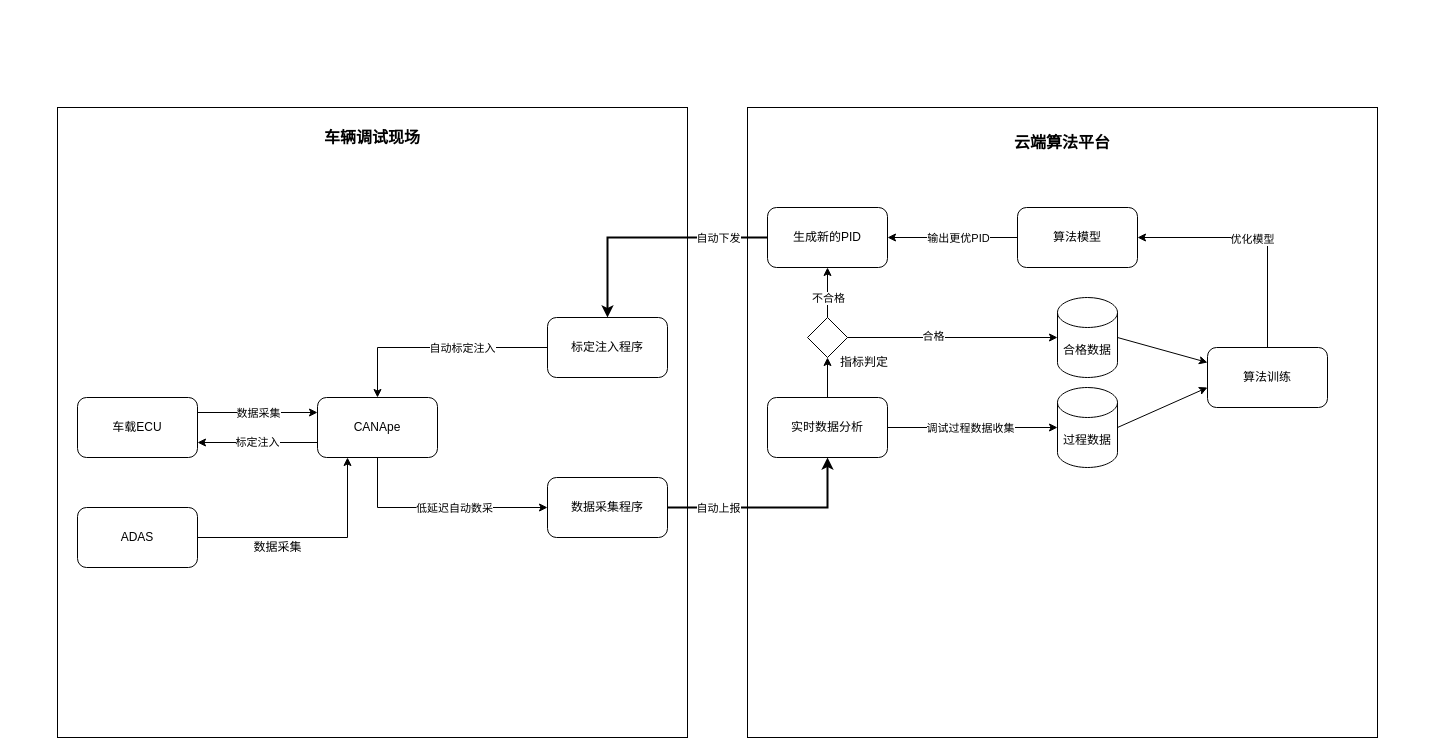
The draw.io diagram 未命名绘图.drawio in wenjiasen/dididi, before the edit. Source tidied: cells renumbered, new cells numbered last; positions are measured from the earlier drawing's top-left corner, leaving out a move shared by most shapes. Both pictures are drawn from the tidied source at 100%, with x=0, y=0 at pixel (57, 107).
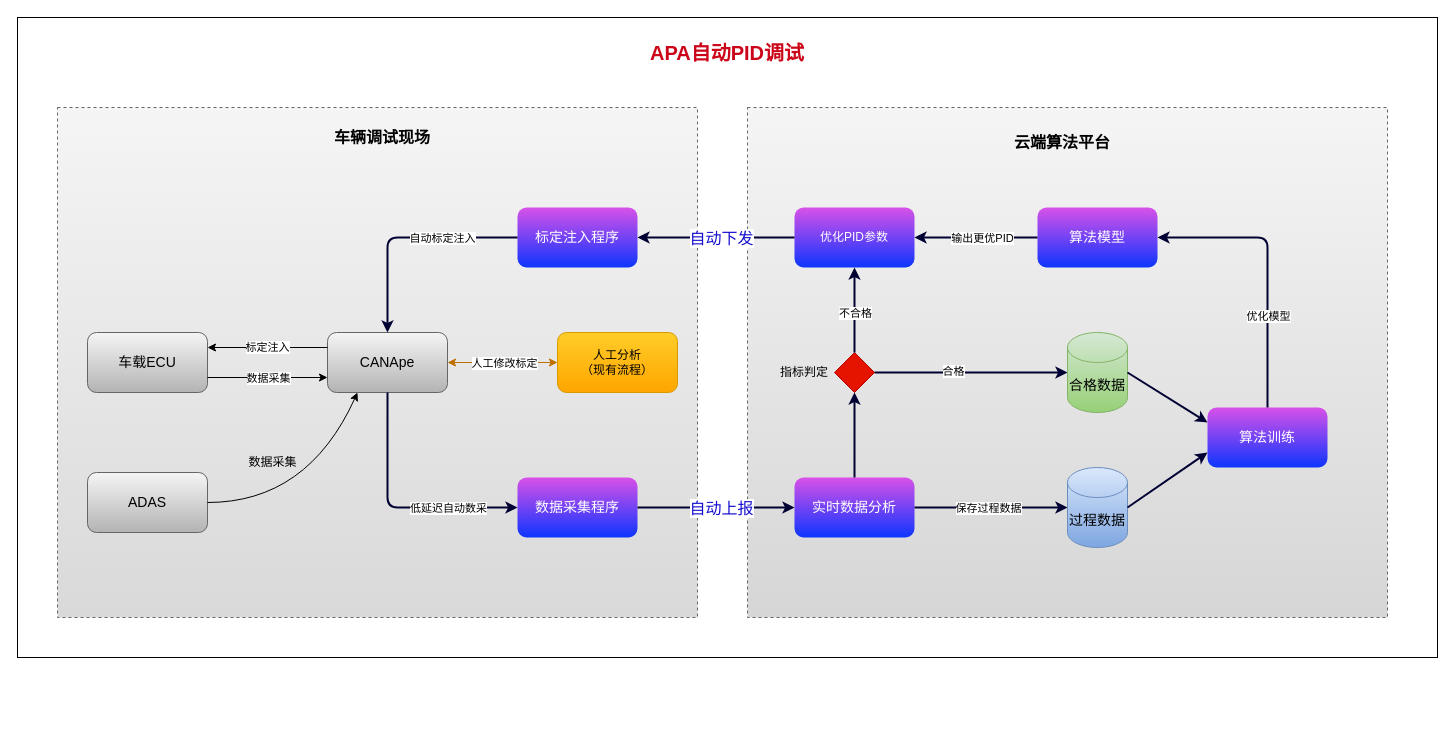
The same diagram, later.

Commit message:
更新未命名绘图.drawio

Change to the diagram source:
```diff
@@
-    <mxCell id="2" style="whiteSpace=wrap;html=1;" parent="1" vertex="1">
-      <mxGeometry x="690" width="630" height="630" as="geometry" />
-    </mxCell>
-    <mxCell id="3" style="whiteSpace=wrap;html=1;" parent="1" vertex="1">
-      <mxGeometry width="630" height="630" as="geometry" />
-    </mxCell>
+    <mxCell id="45" style="rounded=0;whiteSpace=wrap;html=1;labelBorderColor=none;fontSize=16;strokeWidth=1;gradientDirection=south;fillStyle=auto;" parent="1" vertex="1">
+      <mxGeometry x="-40" y="-90" width="1420" height="640" as="geometry" />
+    </mxCell>
+    <mxCell id="46" style="rounded=0;whiteSpace=wrap;html=1;fontSize=16;dashed=1;fillColor=#f5f5f5;gradientColor=#D6D6D6;strokeColor=#666666;" parent="1" vertex="1">
+      <mxGeometry x="690" width="640" height="510" as="geometry" />
+    </mxCell>
+    <mxCell id="47" style="rounded=0;whiteSpace=wrap;html=1;fontSize=16;dashed=1;fillColor=#f5f5f5;gradientColor=#D9D9D9;strokeColor=#666666;" parent="1" vertex="1">
+      <mxGeometry width="640" height="510" as="geometry" />
+    </mxCell>
-    <mxCell id="4" value="车载ECU" style="rounded=1;whiteSpace=wrap;html=1;" parent="1" vertex="1">
-      <mxGeometry x="20" y="290" width="120" height="60" as="geometry" />
+    <mxCell id="4" value="车载ECU" style="rounded=1;whiteSpace=wrap;html=1;fillColor=#f5f5f5;gradientColor=#b3b3b3;strokeColor=#666666;fontSize=14;" parent="1" vertex="1">
+      <mxGeometry x="30" y="225" width="120" height="60" as="geometry" />
     </mxCell>
-    <mxCell id="5" value="CANApe" style="rounded=1;whiteSpace=wrap;html=1;" parent="1" vertex="1">
-      <mxGeometry x="260" y="290" width="120" height="60" as="geometry" />
+    <mxCell id="5" value="CANApe" style="rounded=1;whiteSpace=wrap;html=1;fillColor=#f5f5f5;gradientColor=#b3b3b3;strokeColor=#666666;fontSize=14;" parent="1" vertex="1">
+      <mxGeometry x="270" y="225" width="120" height="60" as="geometry" />
     </mxCell>
-    <mxCell id="6" value="数据采集程序" style="rounded=1;whiteSpace=wrap;html=1;" parent="1" vertex="1">
-      <mxGeometry x="490" y="370" width="120" height="60" as="geometry" />
+    <mxCell id="6" value="数据采集程序" style="rounded=1;whiteSpace=wrap;html=1;fillColor=#D951E8;gradientColor=#0D35FF;strokeColor=none;fontColor=#FFFFFF;strokeWidth=2;fontSize=14;" parent="1" vertex="1">
+      <mxGeometry x="460" y="370" width="120" height="60" as="geometry" />
     </mxCell>
-    <mxCell id="7" value="实时数据分析" style="rounded=1;whiteSpace=wrap;html=1;" parent="1" vertex="1">
-      <mxGeometry x="710" y="290" width="120" height="60" as="geometry" />
+    <mxCell id="7" value="实时数据分析" style="rounded=1;whiteSpace=wrap;html=1;fillColor=#D951E8;gradientColor=#0D35FF;strokeColor=none;fontColor=#FFFFFF;strokeWidth=2;fontSize=14;" parent="1" vertex="1">
+      <mxGeometry x="737" y="370" width="120" height="60" as="geometry" />
     </mxCell>
-    <mxCell id="8" value="标定注入程序" style="rounded=1;whiteSpace=wrap;html=1;" parent="1" vertex="1">
-      <mxGeometry x="490" y="210" width="120" height="60" as="geometry" />
+    <mxCell id="8" value="标定注入程序" style="rounded=1;whiteSpace=wrap;html=1;fillColor=#D951E8;gradientColor=#0D35FF;strokeColor=none;fontColor=#FFFFFF;strokeWidth=2;fontSize=14;" parent="1" vertex="1">
+      <mxGeometry x="460" y="100" width="120" height="60" as="geometry" />
     </mxCell>
-    <mxCell id="9" style="endArrow=classic;html=1;rounded=0;exitX=1;exitY=0.25;exitDx=0;exitDy=0;entryX=0;entryY=0.25;entryDx=0;entryDy=0;" parent="1" edge="1" source="4" target="5">
+    <mxCell id="9" style="endArrow=classic;html=1;rounded=0;exitX=1;exitY=0.75;exitDx=0;exitDy=0;entryX=0;entryY=0.75;entryDx=0;entryDy=0;" parent="1" edge="1" source="4" target="5">
       <mxGeometry relative="1" as="geometry" />
     </mxCell>
@@
-    <mxCell id="11" value="标定注入" style="endArrow=classic;html=1;rounded=0;entryX=1;entryY=0.75;entryDx=0;entryDy=0;exitX=0;exitY=0.75;exitDx=0;exitDy=0;" parent="1" edge="1" source="5" target="4">
+    <mxCell id="11" value="标定注入" style="endArrow=classic;html=1;rounded=0;entryX=1;entryY=0.25;entryDx=0;entryDy=0;exitX=0;exitY=0.25;exitDx=0;exitDy=0;" parent="1" edge="1" source="5" target="4">
       <mxGeometry relative="1" as="geometry" />
     </mxCell>
-    <mxCell id="12" style="endArrow=classic;html=1;rounded=0;exitX=0;exitY=0.5;exitDx=0;exitDy=0;" parent="1" edge="1" source="8">
+    <mxCell id="12" style="endArrow=classic;html=1;rounded=1;exitX=0;exitY=0.5;exitDx=0;exitDy=0;fillColor=#d5e8d4;gradientColor=#97d077;strokeColor=#000033;strokeWidth=2;" parent="1" edge="1" source="8" target="5">
       <mxGeometry relative="1" as="geometry">
-        <mxPoint x="320" y="290" as="targetPoint" />
         <Array as="points">
-          <mxPoint x="320" y="240" />
+          <mxPoint x="330" y="130" />
         </Array>
       </mxGeometry>
     </mxCell>
     <mxCell id="13" value="自动标定注入" style="edgeLabel;html=1;align=center;verticalAlign=middle;" parent="12" vertex="1">
       <mxGeometry x="-0.16" y="3" relative="1" as="geometry">
-        <mxPoint x="6" y="-3" as="offset" />
+        <mxPoint x="19" y="-3" as="offset" />
       </mxGeometry>
     </mxCell>
-    <mxCell id="14" style="endArrow=classic;html=1;rounded=0;entryX=0;entryY=0.5;entryDx=0;entryDy=0;exitX=0.5;exitY=1;exitDx=0;exitDy=0;" parent="1" edge="1" source="5" target="6">
+    <mxCell id="14" style="endArrow=classic;html=1;rounded=1;entryX=0;entryY=0.5;entryDx=0;entryDy=0;exitX=0.5;exitY=1;exitDx=0;exitDy=0;fillColor=#d5e8d4;gradientColor=#97d077;strokeColor=#000033;strokeWidth=2;" parent="1" edge="1" source="5" target="6">
       <mxGeometry relative="1" as="geometry">
         <Array as="points">
-          <mxPoint x="320" y="400" />
+          <mxPoint x="330" y="400" />
         </Array>
       </mxGeometry>
     </mxCell>
     <mxCell id="15" value="低延迟自动数采" style="edgeLabel;html=1;align=center;verticalAlign=middle;" parent="14" vertex="1">
       <mxGeometry x="-0.24" relative="1" as="geometry">
-        <mxPoint x="42" as="offset" />
+        <mxPoint x="60" y="22" as="offset" />
       </mxGeometry>
     </mxCell>
-    <mxCell id="16" style="endArrow=classic;html=1;rounded=0;entryX=0.5;entryY=1;entryDx=0;entryDy=0;strokeWidth=2;" parent="1" edge="1" source="6" target="7">
-      <mxGeometry relative="1" as="geometry">
-        <Array as="points">
-          <mxPoint x="770" y="400" />
-        </Array>
-      </mxGeometry>
+    <mxCell id="16" style="endArrow=classic;html=1;rounded=1;entryX=0;entryY=0.5;entryDx=0;entryDy=0;strokeWidth=2;fillColor=#d5e8d4;gradientColor=#97d077;strokeColor=#000033;" parent="1" edge="1" source="6" target="7">
+      <mxGeometry relative="1" as="geometry" />
     </mxCell>
-    <mxCell id="17" value="自动上报" style="edgeLabel;html=1;align=center;verticalAlign=middle;" parent="16" vertex="1">
+    <mxCell id="17" value="自动上报" style="edgeLabel;html=1;align=center;verticalAlign=middle;fontColor=#150ECC;labelBorderColor=none;fontSize=16;" parent="16" vertex="1">
       <mxGeometry x="-0.03" y="-1" relative="1" as="geometry">
-        <mxPoint x="-52" y="-1" as="offset" />
+        <mxPoint x="7" y="-1" as="offset" />
       </mxGeometry>
     </mxCell>
-    <mxCell id="18" value="生成新的PID" style="rounded=1;whiteSpace=wrap;html=1;" parent="1" vertex="1">
-      <mxGeometry x="710" y="100" width="120" height="60" as="geometry" />
+    <mxCell id="18" value="优化PID参数" style="rounded=1;whiteSpace=wrap;html=1;fillColor=#D951E8;gradientColor=#0D35FF;strokeColor=none;fontColor=#FFFFFF;strokeWidth=2;" parent="1" vertex="1">
+      <mxGeometry x="737" y="100" width="120" height="60" as="geometry" />
     </mxCell>
-    <mxCell id="19" style="rhombus;whiteSpace=wrap;html=1;" parent="1" vertex="1">
-      <mxGeometry x="750" y="210" width="40" height="40" as="geometry" />
+    <mxCell id="19" style="rhombus;whiteSpace=wrap;html=1;fillColor=#e51400;strokeColor=#B20000;fontColor=#ffffff;" parent="1" vertex="1">
+      <mxGeometry x="777" y="245" width="40" height="40" as="geometry" />
     </mxCell>
     <mxCell id="20" value="指标判定" style="text;html=1;strokeColor=none;fillColor=none;align=center;verticalAlign=middle;whiteSpace=wrap;rounded=0;" parent="1" vertex="1">
-      <mxGeometry x="777" y="240" width="60" height="30" as="geometry" />
+      <mxGeometry x="717" y="250" width="60" height="30" as="geometry" />
     </mxCell>
-    <mxCell id="21" style="endArrow=classic;html=1;rounded=0;exitX=0.5;exitY=0;exitDx=0;exitDy=0;entryX=0.5;entryY=1;entryDx=0;entryDy=0;" parent="1" edge="1" source="7" target="19">
+    <mxCell id="21" style="endArrow=classic;html=1;rounded=0;exitX=0.5;exitY=0;exitDx=0;exitDy=0;entryX=0.5;entryY=1;entryDx=0;entryDy=0;strokeColor=#000033;strokeWidth=2;" parent="1" edge="1" source="7" target="19">
       <mxGeometry relative="1" as="geometry" />
     </mxCell>
-    <mxCell id="22" style="endArrow=classic;html=1;rounded=0;exitX=0.5;exitY=0;exitDx=0;exitDy=0;entryX=0.5;entryY=1;entryDx=0;entryDy=0;" parent="1" edge="1" source="19" target="18">
+    <mxCell id="22" style="endArrow=classic;html=1;rounded=0;exitX=0.5;exitY=0;exitDx=0;exitDy=0;entryX=0.5;entryY=1;entryDx=0;entryDy=0;strokeColor=#000033;strokeWidth=2;" parent="1" edge="1" source="19" target="18">
       <mxGeometry relative="1" as="geometry" />
     </mxCell>
@@
-    <mxCell id="24" style="endArrow=classic;html=1;rounded=0;exitX=0;exitY=0.5;exitDx=0;exitDy=0;entryX=0.5;entryY=0;entryDx=0;entryDy=0;strokeWidth=2;" parent="1" edge="1" source="18" target="8">
-      <mxGeometry relative="1" as="geometry">
-        <Array as="points">
-          <mxPoint x="550" y="130" />
-        </Array>
-      </mxGeometry>
+    <mxCell id="24" style="endArrow=classic;html=1;rounded=0;exitX=0;exitY=0.5;exitDx=0;exitDy=0;entryX=1;entryY=0.5;entryDx=0;entryDy=0;strokeWidth=2;fillColor=#d5e8d4;gradientColor=#97d077;strokeColor=#000033;" parent="1" edge="1" source="18" target="8">
+      <mxGeometry relative="1" as="geometry" />
     </mxCell>
-    <mxCell id="25" value="自动下发" style="edgeLabel;html=1;align=center;verticalAlign=middle;" parent="24" vertex="1">
+    <mxCell id="25" value="自动下发" style="edgeLabel;html=1;align=center;verticalAlign=middle;fontSize=16;fontColor=#150ECC;" parent="24" vertex="1">
       <mxGeometry x="-0.18" y="2" relative="1" as="geometry">
-        <mxPoint x="48" y="-2" as="offset" />
+        <mxPoint x="-10" y="-2" as="offset" />
       </mxGeometry>
     </mxCell>
-    <mxCell id="26" style="endArrow=classic;html=1;rounded=0;exitX=1;exitY=0.5;exitDx=0;exitDy=0;entryX=0;entryY=0.5;entryDx=0;entryDy=0;entryPerimeter=0;" parent="1" edge="1" source="19" target="34">
+    <mxCell id="26" style="endArrow=classic;html=1;rounded=0;exitX=1;exitY=0.5;exitDx=0;exitDy=0;entryX=0;entryY=0.5;entryDx=0;entryDy=0;entryPerimeter=0;fillColor=#d5e8d4;gradientColor=#97d077;strokeColor=#000033;strokeWidth=2;" parent="1" edge="1" source="19" target="34">
       <mxGeometry relative="1" as="geometry" />
     </mxCell>
@@
-    <mxCell id="28" value="ADAS" style="rounded=1;whiteSpace=wrap;html=1;" parent="1" vertex="1">
-      <mxGeometry x="20" y="400" width="120" height="60" as="geometry" />
+    <mxCell id="28" value="ADAS" style="rounded=1;whiteSpace=wrap;html=1;fillColor=#f5f5f5;gradientColor=#b3b3b3;strokeColor=#666666;fontSize=14;" parent="1" vertex="1">
+      <mxGeometry x="30" y="365" width="120" height="60" as="geometry" />
     </mxCell>
-    <mxCell id="29" style="endArrow=classic;html=1;rounded=0;exitX=1;exitY=0.5;exitDx=0;exitDy=0;entryX=0.25;entryY=1;entryDx=0;entryDy=0;" parent="1" edge="1" source="28" target="5">
+    <mxCell id="29" style="endArrow=classic;html=1;exitX=1;exitY=0.5;exitDx=0;exitDy=0;entryX=0.25;entryY=1;entryDx=0;entryDy=0;curved=1;" parent="1" edge="1" source="28" target="5">
       <mxGeometry relative="1" as="geometry">
         <Array as="points">
-          <mxPoint x="290" y="430" />
+          <mxPoint x="250" y="395" />
         </Array>
       </mxGeometry>
     </mxCell>
     <mxCell id="30" value="数据采集" style="text;html=1;align=center;verticalAlign=middle;strokeColor=none;fillColor=none;" parent="1" vertex="1">
-      <mxGeometry x="185" y="425" width="70" height="30" as="geometry" />
+      <mxGeometry x="180" y="340" width="70" height="30" as="geometry" />
     </mxCell>
-    <mxCell id="31" style="endArrow=classic;html=1;rounded=0;exitX=1;exitY=0.5;exitDx=0;exitDy=0;entryX=0;entryY=0.5;entryDx=0;entryDy=0;entryPerimeter=0;" parent="1" edge="1" source="7" target="33">
+    <mxCell id="31" style="endArrow=classic;html=1;rounded=0;exitX=1;exitY=0.5;exitDx=0;exitDy=0;entryX=0;entryY=0.5;entryDx=0;entryDy=0;entryPerimeter=0;fillColor=#d5e8d4;gradientColor=#97d077;strokeColor=#000033;strokeWidth=2;" parent="1" edge="1" source="7" target="33">
       <mxGeometry relative="1" as="geometry" />
     </mxCell>
-    <mxCell id="32" value="调试过程数据收集" style="edgeLabel;html=1;align=center;verticalAlign=middle;" parent="31" vertex="1">
+    <mxCell id="32" value="保存过程数据" style="edgeLabel;html=1;align=center;verticalAlign=middle;" parent="31" vertex="1">
       <mxGeometry x="-0.43" y="-1" relative="1" as="geometry">
-        <mxPoint x="34" y="-1" as="offset" />
+        <mxPoint x="29" y="-1" as="offset" />
       </mxGeometry>
     </mxCell>
-    <mxCell id="33" value="过程数据" style="shape=cylinder3;whiteSpace=wrap;html=1;boundedLbl=1;backgroundOutline=1;size=15;" parent="1" vertex="1">
-      <mxGeometry x="1000" y="280" width="60" height="80" as="geometry" />
+    <mxCell id="33" value="过程数据" style="shape=cylinder3;whiteSpace=wrap;html=1;boundedLbl=1;backgroundOutline=1;size=15;fillColor=#dae8fc;gradientColor=#7ea6e0;strokeColor=#6c8ebf;strokeWidth=1;fontSize=14;" parent="1" vertex="1">
+      <mxGeometry x="1010" y="360" width="60" height="80" as="geometry" />
     </mxCell>
-    <mxCell id="34" value="合格数据" style="shape=cylinder3;whiteSpace=wrap;html=1;boundedLbl=1;backgroundOutline=1;size=15;" parent="1" vertex="1">
-      <mxGeometry x="1000" y="190" width="60" height="80" as="geometry" />
+    <mxCell id="34" value="合格数据" style="shape=cylinder3;whiteSpace=wrap;html=1;boundedLbl=1;backgroundOutline=1;size=15;fillColor=#d5e8d4;gradientColor=#97d077;strokeColor=#82b366;strokeWidth=1;fontSize=14;" parent="1" vertex="1">
+      <mxGeometry x="1010" y="225" width="60" height="80" as="geometry" />
     </mxCell>
-    <mxCell id="35" value="算法训练" style="rounded=1;whiteSpace=wrap;html=1;" parent="1" vertex="1">
-      <mxGeometry x="1150" y="240" width="120" height="60" as="geometry" />
+    <mxCell id="35" value="算法训练" style="rounded=1;whiteSpace=wrap;html=1;fillColor=#D951E8;gradientColor=#0D35FF;strokeColor=none;fontColor=#FFFFFF;strokeWidth=2;fontSize=14;" parent="1" vertex="1">
+      <mxGeometry x="1150" y="300" width="120" height="60" as="geometry" />
     </mxCell>
-    <mxCell id="36" style="endArrow=classic;html=1;rounded=0;exitX=1;exitY=0.5;exitDx=0;exitDy=0;exitPerimeter=0;entryX=0;entryY=0.25;entryDx=0;entryDy=0;" parent="1" edge="1" source="34" target="35">
+    <mxCell id="36" style="endArrow=classic;html=1;rounded=0;exitX=1;exitY=0.5;exitDx=0;exitDy=0;exitPerimeter=0;entryX=0;entryY=0.25;entryDx=0;entryDy=0;fillColor=#d5e8d4;gradientColor=#97d077;strokeColor=#000033;strokeWidth=2;" parent="1" edge="1" source="34" target="35">
       <mxGeometry relative="1" as="geometry" />
     </mxCell>
-    <mxCell id="37" style="endArrow=classic;html=1;rounded=0;exitX=1;exitY=0.5;exitDx=0;exitDy=0;exitPerimeter=0;" parent="1" edge="1" source="33">
-      <mxGeometry relative="1" as="geometry">
-        <mxPoint x="1150" y="280" as="targetPoint" />
-      </mxGeometry>
+    <mxCell id="37" style="endArrow=classic;html=1;rounded=0;exitX=1;exitY=0.5;exitDx=0;exitDy=0;exitPerimeter=0;entryX=0;entryY=0.75;entryDx=0;entryDy=0;fillColor=#d5e8d4;gradientColor=#97d077;strokeColor=#000033;strokeWidth=2;" parent="1" edge="1" source="33" target="35">
+      <mxGeometry relative="1" as="geometry" />
     </mxCell>
-    <mxCell id="38" value="算法模型" style="rounded=1;whiteSpace=wrap;html=1;" parent="1" vertex="1">
-      <mxGeometry x="960" y="100" width="120" height="60" as="geometry" />
+    <mxCell id="38" value="算法模型" style="rounded=1;whiteSpace=wrap;html=1;fillColor=#D951E8;gradientColor=#0D35FF;strokeColor=none;fontColor=#FFFFFF;strokeWidth=2;fontSize=14;" parent="1" vertex="1">
+      <mxGeometry x="980" y="100" width="120" height="60" as="geometry" />
     </mxCell>
-    <mxCell id="39" style="endArrow=classic;html=1;rounded=0;exitX=0.5;exitY=0;exitDx=0;exitDy=0;entryX=1;entryY=0.5;entryDx=0;entryDy=0;" parent="1" edge="1" source="35" target="38">
+    <mxCell id="39" style="endArrow=classic;html=1;rounded=1;exitX=0.5;exitY=0;exitDx=0;exitDy=0;entryX=1;entryY=0.5;entryDx=0;entryDy=0;fillColor=#d5e8d4;gradientColor=#97d077;strokeColor=#000033;strokeWidth=2;" parent="1" edge="1" source="35" target="38">
       <mxGeometry relative="1" as="geometry">
         <Array as="points">
           <mxPoint x="1210" y="130" />
         </Array>
       </mxGeometry>
     </mxCell>
     <mxCell id="40" value="优化模型" style="edgeLabel;html=1;align=center;verticalAlign=middle;" parent="39" vertex="1">
-      <mxGeometry x="0.05" y="1" relative="1" as="geometry" />
+      <mxGeometry x="0.05" y="1" relative="1" as="geometry">
+        <mxPoint x="1" y="55" as="offset" />
+      </mxGeometry>
     </mxCell>
-    <mxCell id="41" style="endArrow=classic;html=1;rounded=0;exitX=0;exitY=0.5;exitDx=0;exitDy=0;entryX=1;entryY=0.5;entryDx=0;entryDy=0;" parent="1" edge="1" source="38" target="18">
+    <mxCell id="41" style="endArrow=classic;html=1;rounded=0;exitX=0;exitY=0.5;exitDx=0;exitDy=0;entryX=1;entryY=0.5;entryDx=0;entryDy=0;endFill=1;startArrow=none;startFill=0;fillColor=#d5e8d4;gradientColor=#97d077;strokeColor=#000033;strokeWidth=2;" parent="1" edge="1" source="38" target="18">
       <mxGeometry relative="1" as="geometry" />
     </mxCell>
@@
     <mxCell id="43" value="车辆调试现场" style="text;html=1;strokeColor=none;fillColor=none;align=center;verticalAlign=middle;whiteSpace=wrap;rounded=0;fontSize=16;fontStyle=1;" parent="1" vertex="1">
-      <mxGeometry width="630" height="60" as="geometry" />
+      <mxGeometry x="10" width="630" height="60" as="geometry" />
     </mxCell>
@@
+    <mxCell id="48" value="人工分析&lt;br&gt;（现有流程）" style="rounded=1;whiteSpace=wrap;html=1;fillColor=#ffcd28;strokeColor=#d79b00;gradientColor=#ffa500;" parent="1" vertex="1">
+      <mxGeometry x="500" y="225" width="120" height="60" as="geometry" />
+    </mxCell>
+    <mxCell id="49" style="endArrow=classic;startArrow=classic;html=1;rounded=0;entryX=1;entryY=0.5;entryDx=0;entryDy=0;exitX=0;exitY=0.5;exitDx=0;exitDy=0;fillColor=#f0a30a;strokeColor=#BD7000;" parent="1" edge="1" source="48" target="5">
+      <mxGeometry relative="1" as="geometry" />
+    </mxCell>
+    <mxCell id="50" value="人工修改标定" style="edgeLabel;html=1;align=center;verticalAlign=middle;" parent="49" vertex="1">
+      <mxGeometry x="-0.02" relative="1" as="geometry" />
+    </mxCell>
+    <mxCell id="51" value="&lt;font color=&quot;#cc061a&quot; style=&quot;font-size: 20px;&quot;&gt;&lt;b&gt;APA自动PID调试&lt;/b&gt;&lt;/font&gt;" style="text;html=1;align=center;verticalAlign=middle;whiteSpace=wrap;rounded=0;labelBorderColor=none;fontSize=16;" parent="1" vertex="1">
+      <mxGeometry x="-40" y="-90" width="1420" height="70" as="geometry" />
+    </mxCell>
```
